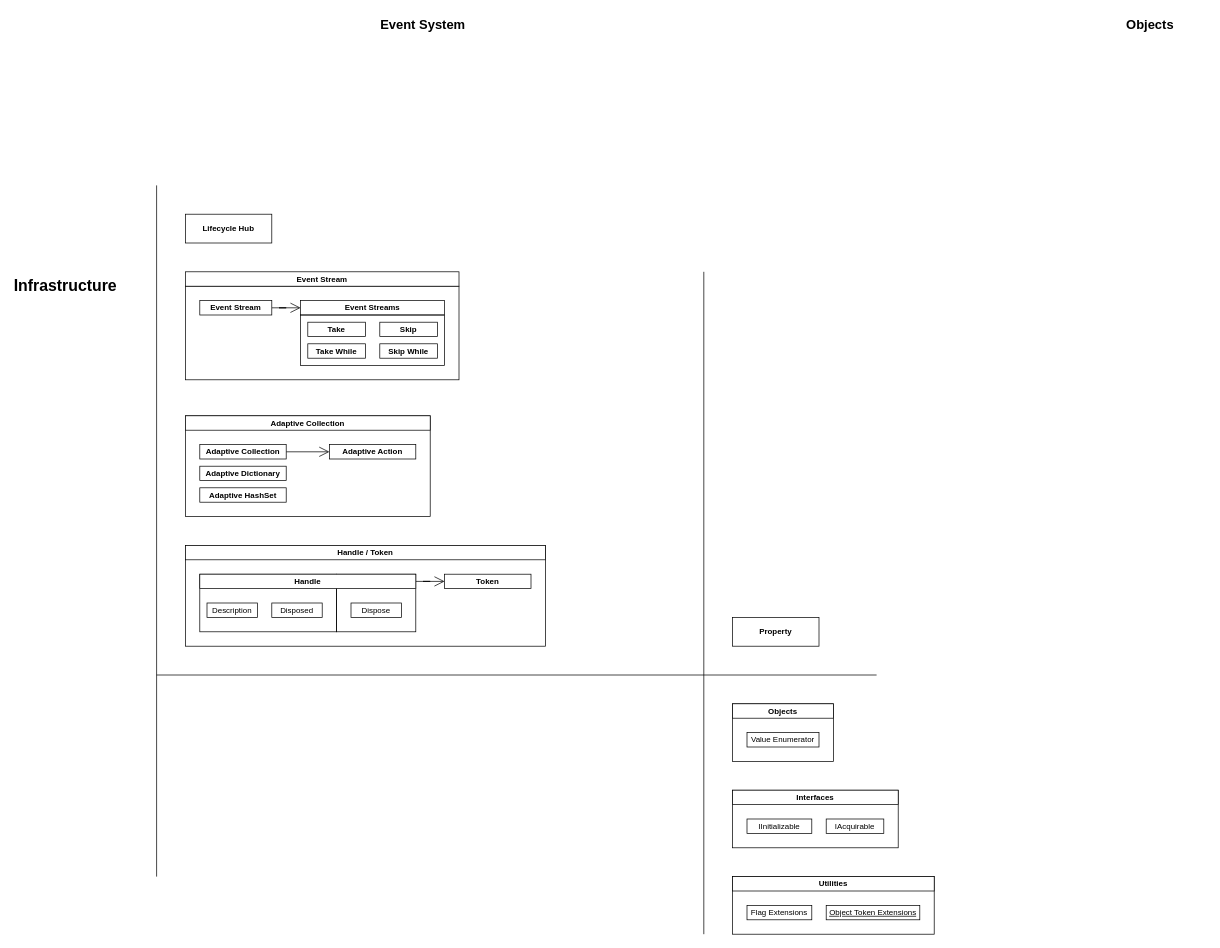
This is page "Core" (2 of 2) of docs/02. UniEngine/UniEngine.drawio from dove-creative/uniengine, a draw.io file, before an edit. Source tidied: cells renumbered, new cells numbered last; positions are measured from the earlier drawing's top-left corner, leaving out a move shared by most shapes. Both pictures are drawn from the tidied source at 72%, with x=0, y=0 at pixel (12, 12).
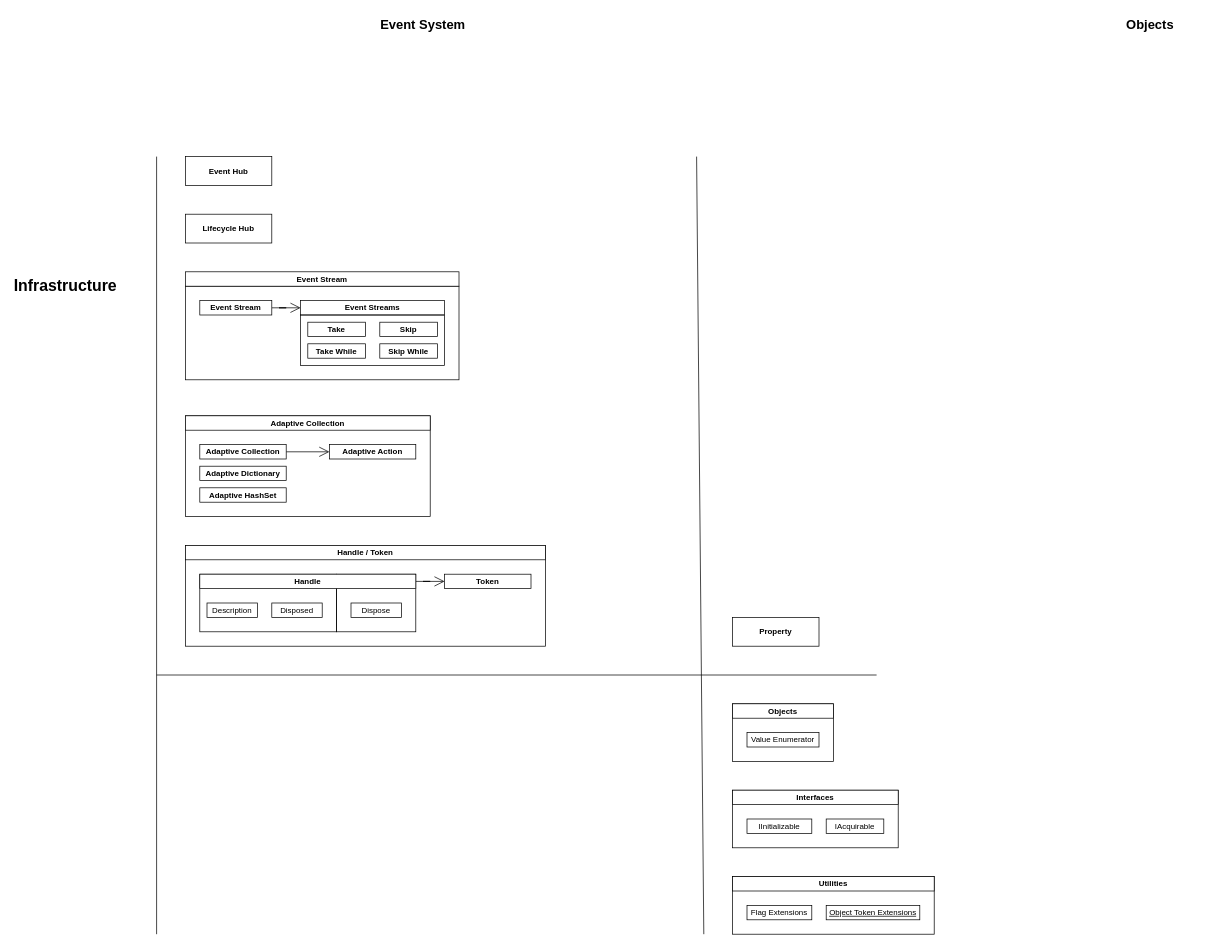
The same page after the edit.

Change to the diagram source:
```diff
@@
     <mxCell id="10" style="endArrow=none;html=1;rounded=0;strokeColor=default;align=center;verticalAlign=middle;fontFamily=Helvetica;fontSize=11;fontColor=default;labelBackgroundColor=default;defaultLabelBackgroundColor=page;startSize=12;endSize=12;" parent="1" edge="1">
       <mxGeometry relative="1" as="geometry">
-        <mxPoint x="200" y="1200" as="sourcePoint" />
-        <mxPoint x="200" y="240" as="targetPoint" />
+        <mxPoint x="200" y="1280" as="sourcePoint" />
+        <mxPoint x="200" y="200" as="targetPoint" />
       </mxGeometry>
     </mxCell>
@@
     <mxCell id="14" style="endArrow=none;html=1;rounded=0;strokeColor=default;align=center;verticalAlign=middle;fontFamily=Helvetica;fontSize=11;fontColor=default;labelBackgroundColor=default;defaultLabelBackgroundColor=page;startSize=12;endSize=12;" parent="1" edge="1">
       <mxGeometry relative="1" as="geometry">
         <mxPoint x="960" y="1280" as="sourcePoint" />
-        <mxPoint x="960" y="360" as="targetPoint" />
+        <mxPoint x="950" y="200" as="targetPoint" />
       </mxGeometry>
     </mxCell>
@@
+    <mxCell id="48" value="&lt;div style=&quot;text-align: right;&quot;&gt;&lt;b&gt;Event Hub&lt;/b&gt;&lt;/div&gt;" style="rounded=0;whiteSpace=wrap;html=1;fontFamily=Helvetica;fontSize=11;fontColor=default;labelBackgroundColor=default;" parent="1" vertex="1">
+      <mxGeometry x="240" y="200" width="120" height="40" as="geometry" />
+    </mxCell>
```
